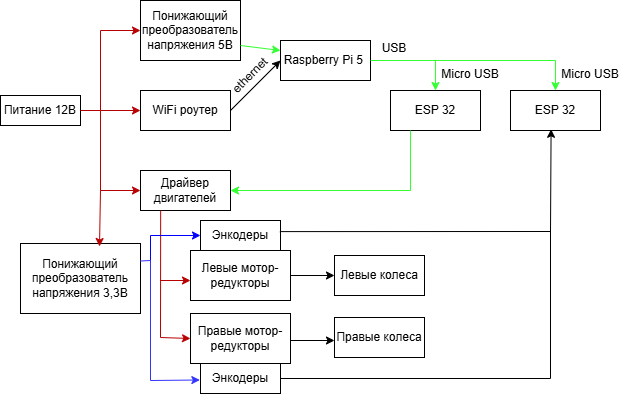
Earlier version of the draw.io export Functional diagram.png (greisersem/rtc_practice). Source tidied: cells renumbered, new cells last; positions are measured from the earlier drawing's top-left corner, leaving out a move shared by most shapes.
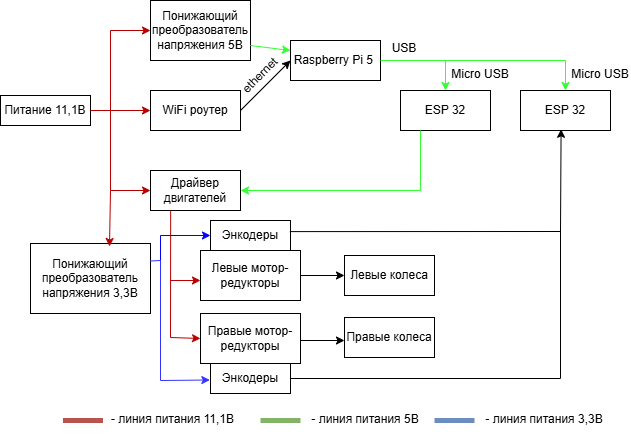
The same file after the commit.

The edit, as a diff of the source:
```diff
@@ -2,8 +2,8 @@
   <root>
     <mxCell id="0" />
     <mxCell id="1" parent="0" />
-    <mxCell id="2" value="Питание 12В" style="rounded=0;whiteSpace=wrap;html=1;" parent="1" vertex="1">
-      <mxGeometry y="95" width="80" height="30" as="geometry" />
+    <mxCell id="2" value="Питание 11,1В" style="rounded=0;whiteSpace=wrap;html=1;" parent="1" vertex="1">
+      <mxGeometry x="-10" y="95" width="90" height="30" as="geometry" />
     </mxCell>
     <mxCell id="3" value="Понижающий преобразователь напряжения 5В" style="rounded=0;whiteSpace=wrap;html=1;" parent="1" vertex="1">
       <mxGeometry x="140" width="100" height="60" as="geometry" />
@@ -165,5 +165,32 @@
         </Array>
       </mxGeometry>
     </mxCell>
+    <mxCell id="37" style="endArrow=none;html=1;rounded=0;fillColor=#f8cecc;strokeColor=#b85450;strokeWidth=5;" parent="1" edge="1">
+      <mxGeometry relative="1" as="geometry">
+        <mxPoint x="52.5" y="420" as="sourcePoint" />
+        <mxPoint x="92.5" y="420" as="targetPoint" />
+      </mxGeometry>
+    </mxCell>
+    <mxCell id="38" style="endArrow=none;html=1;rounded=0;fillColor=#d5e8d4;strokeColor=#82b366;strokeWidth=5;" parent="1" edge="1">
+      <mxGeometry relative="1" as="geometry">
+        <mxPoint x="250" y="420" as="sourcePoint" />
+        <mxPoint x="290" y="420" as="targetPoint" />
+      </mxGeometry>
+    </mxCell>
+    <mxCell id="39" style="endArrow=none;html=1;rounded=0;fillColor=#dae8fc;strokeColor=#6c8ebf;strokeWidth=5;" parent="1" edge="1">
+      <mxGeometry relative="1" as="geometry">
+        <mxPoint x="424" y="420" as="sourcePoint" />
+        <mxPoint x="464" y="420" as="targetPoint" />
+      </mxGeometry>
+    </mxCell>
+    <mxCell id="40" value="- линия питания 11,1В" style="text;html=1;align=center;verticalAlign=middle;whiteSpace=wrap;rounded=0;" parent="1" vertex="1">
+      <mxGeometry x="95" y="404" width="135" height="30" as="geometry" />
+    </mxCell>
+    <mxCell id="41" value="- линия питания 5В" style="text;html=1;align=center;verticalAlign=middle;whiteSpace=wrap;rounded=0;" parent="1" vertex="1">
+      <mxGeometry x="295" y="404" width="120" height="30" as="geometry" />
+    </mxCell>
+    <mxCell id="42" value="- линия питания 3,3В" style="text;html=1;align=center;verticalAlign=middle;whiteSpace=wrap;rounded=0;" parent="1" vertex="1">
+      <mxGeometry x="474" y="404" width="120" height="30" as="geometry" />
+    </mxCell>
   </root>
 </mxGraphModel>
```
